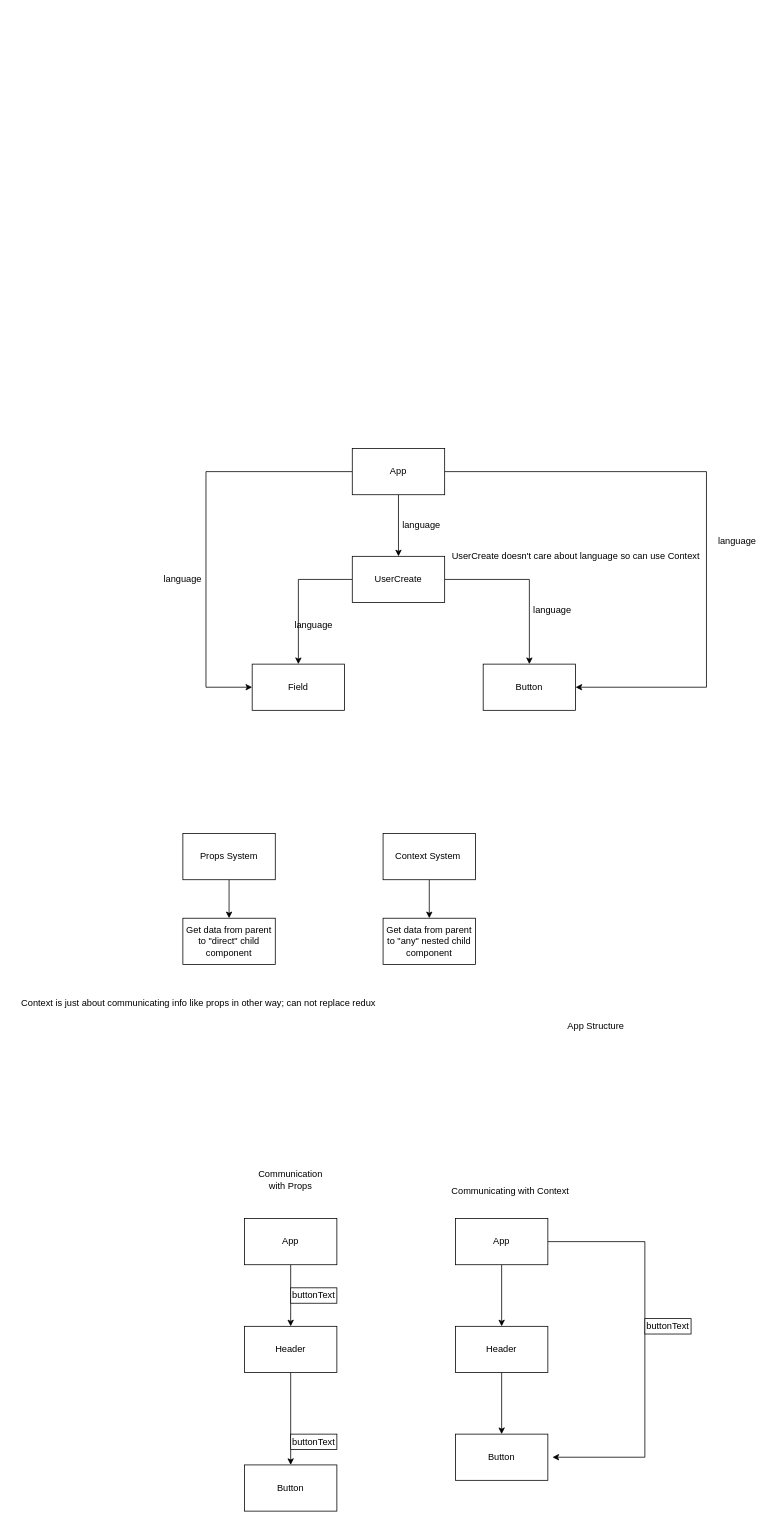
Before: React/ContextAPI/languageform/Notes.drawio in Medha08/reactjs-state-management, a draw.io diagram. Source tidied: cells renumbered, new cells numbered last; positions are measured from the earlier drawing's top-left corner, leaving out a move shared by most shapes. Both pictures are drawn from the tidied source at 77%, with x=0, y=0 at pixel (13, 448).
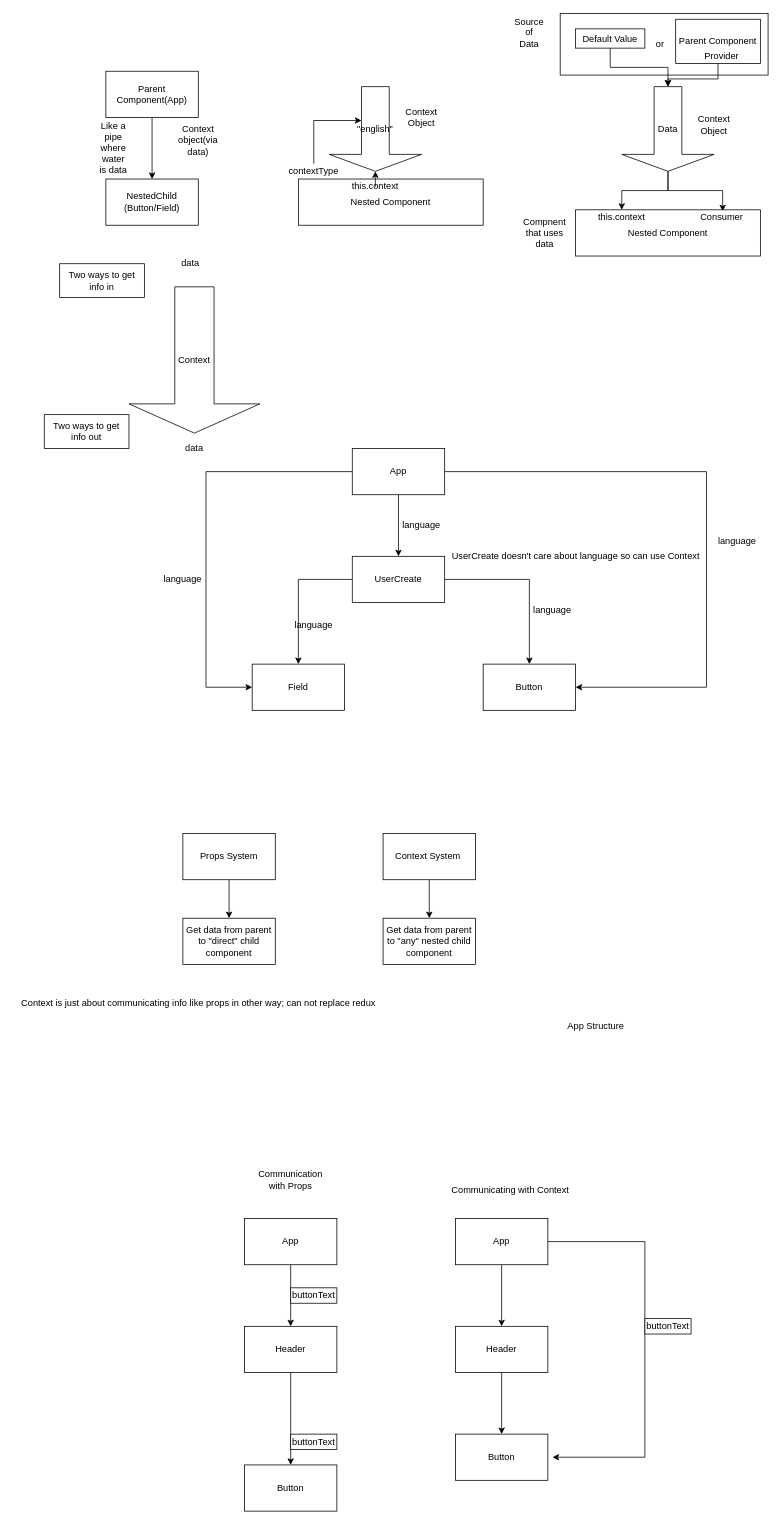
After the change.

Commit message (it also covers changes not shown here):
Created Context Object

Diff of the diagram source:
```diff
@@
+    <mxCell id="41" style="edgeStyle=orthogonalEdgeStyle;rounded=0;jettySize=auto;html=1;" parent="1" edge="1" source="42" target="43">
+      <mxGeometry relative="1" as="geometry" />
+    </mxCell>
+    <mxCell id="42" value="Parent Component(App)" style="rounded=0;whiteSpace=wrap;html=1;" parent="1" vertex="1">
+      <mxGeometry x="120" y="-490" width="120" height="60" as="geometry" />
+    </mxCell>
+    <mxCell id="43" value="NestedChild&lt;br&gt;(Button/Field)" style="rounded=0;whiteSpace=wrap;html=1;" parent="1" vertex="1">
+      <mxGeometry x="120" y="-350" width="120" height="60" as="geometry" />
+    </mxCell>
+    <mxCell id="44" value="Context object(via data)" style="text;html=1;strokeColor=none;fillColor=none;align=center;verticalAlign=middle;whiteSpace=wrap;rounded=0;" parent="1" vertex="1">
+      <mxGeometry x="220" y="-410" width="40" height="20" as="geometry" />
+    </mxCell>
+    <mxCell id="45" value="Like a pipe where water is data" style="text;html=1;strokeColor=none;fillColor=none;align=center;verticalAlign=middle;whiteSpace=wrap;rounded=0;" parent="1" vertex="1">
+      <mxGeometry x="110" y="-400" width="40" height="20" as="geometry" />
+    </mxCell>
+    <mxCell id="46" value="Context" style="shape=singleArrow;direction=south;whiteSpace=wrap;html=1;" parent="1" vertex="1">
+      <mxGeometry x="150" y="-210" width="170" height="190" as="geometry" />
+    </mxCell>
+    <mxCell id="47" value="data" style="text;html=1;strokeColor=none;fillColor=none;align=center;verticalAlign=middle;whiteSpace=wrap;rounded=0;" parent="1" vertex="1">
+      <mxGeometry x="210" y="-250" width="40" height="20" as="geometry" />
+    </mxCell>
+    <mxCell id="48" value="data" style="text;html=1;strokeColor=none;fillColor=none;align=center;verticalAlign=middle;whiteSpace=wrap;rounded=0;" parent="1" vertex="1">
+      <mxGeometry x="215" y="-10" width="40" height="20" as="geometry" />
+    </mxCell>
+    <mxCell id="49" value="Two ways to get info in" style="rounded=0;whiteSpace=wrap;html=1;" parent="1" vertex="1">
+      <mxGeometry x="60" y="-240" width="110" height="44" as="geometry" />
+    </mxCell>
+    <mxCell id="50" value="Two ways to get info out" style="rounded=0;whiteSpace=wrap;html=1;" parent="1" vertex="1">
+      <mxGeometry x="40" y="-44" width="110" height="44" as="geometry" />
+    </mxCell>
+    <mxCell id="51" style="rounded=0;whiteSpace=wrap;html=1;" parent="1" vertex="1">
+      <mxGeometry x="710" y="-565" width="270" height="80" as="geometry" />
+    </mxCell>
+    <mxCell id="52" style="edgeStyle=orthogonalEdgeStyle;rounded=0;jettySize=auto;html=1;entryX=0.25;entryY=0;entryDx=0;entryDy=0;" parent="1" edge="1" source="54" target="55">
+      <mxGeometry relative="1" as="geometry" />
+    </mxCell>
+    <mxCell id="53" style="edgeStyle=orthogonalEdgeStyle;rounded=0;jettySize=auto;html=1;entryX=0.796;entryY=0.033;entryDx=0;entryDy=0;entryPerimeter=0;" parent="1" edge="1" source="54" target="55">
+      <mxGeometry relative="1" as="geometry" />
+    </mxCell>
+    <mxCell id="54" value="Data" style="shape=singleArrow;direction=south;whiteSpace=wrap;html=1;" parent="1" vertex="1">
+      <mxGeometry x="790" y="-470" width="120" height="110" as="geometry" />
+    </mxCell>
+    <mxCell id="55" value="Nested Component" style="rounded=0;whiteSpace=wrap;html=1;" parent="1" vertex="1">
+      <mxGeometry x="730" y="-310" width="240" height="60" as="geometry" />
+    </mxCell>
+    <mxCell id="56" value="Context Object" style="text;html=1;strokeColor=none;fillColor=none;align=center;verticalAlign=middle;whiteSpace=wrap;rounded=0;" parent="1" vertex="1">
+      <mxGeometry x="890" y="-430" width="40" height="20" as="geometry" />
+    </mxCell>
+    <mxCell id="57" value="Source of Data" style="text;html=1;strokeColor=none;fillColor=none;align=center;verticalAlign=middle;whiteSpace=wrap;rounded=0;" parent="1" vertex="1">
+      <mxGeometry x="650" y="-550" width="40" height="20" as="geometry" />
+    </mxCell>
+    <mxCell id="58" style="edgeStyle=orthogonalEdgeStyle;rounded=0;jettySize=auto;html=1;entryX=0;entryY=0.5;entryDx=0;entryDy=0;entryPerimeter=0;" parent="1" edge="1" source="59" target="54">
+      <mxGeometry relative="1" as="geometry" />
+    </mxCell>
+    <mxCell id="59" value="Default Value" style="rounded=0;whiteSpace=wrap;html=1;" parent="1" vertex="1">
+      <mxGeometry x="730" y="-545" width="90" height="25" as="geometry" />
+    </mxCell>
+    <mxCell id="60" style="edgeStyle=orthogonalEdgeStyle;rounded=0;jettySize=auto;html=1;" parent="1" edge="1" source="61" target="54">
+      <mxGeometry relative="1" as="geometry" />
+    </mxCell>
+    <mxCell id="61" value="Parent Component" style="rounded=0;whiteSpace=wrap;html=1;" parent="1" vertex="1">
+      <mxGeometry x="860" y="-557.5" width="110" height="57.5" as="geometry" />
+    </mxCell>
+    <mxCell id="62" value="or" style="text;html=1;strokeColor=none;fillColor=none;align=center;verticalAlign=middle;whiteSpace=wrap;rounded=0;" parent="1" vertex="1">
+      <mxGeometry x="820" y="-535" width="40" height="20" as="geometry" />
+    </mxCell>
+    <mxCell id="63" value="Provider" style="text;html=1;strokeColor=none;fillColor=none;align=center;verticalAlign=middle;whiteSpace=wrap;rounded=0;" parent="1" vertex="1">
+      <mxGeometry x="900" y="-520" width="40" height="20" as="geometry" />
+    </mxCell>
+    <mxCell id="64" value="this.context" style="text;html=1;strokeColor=none;fillColor=none;align=center;verticalAlign=middle;whiteSpace=wrap;rounded=0;" parent="1" vertex="1">
+      <mxGeometry x="770" y="-310" width="40" height="20" as="geometry" />
+    </mxCell>
+    <mxCell id="65" value="Compnent that uses data" style="text;html=1;strokeColor=none;fillColor=none;align=center;verticalAlign=middle;whiteSpace=wrap;rounded=0;" parent="1" vertex="1">
+      <mxGeometry x="670" y="-290" width="40" height="20" as="geometry" />
+    </mxCell>
+    <mxCell id="66" value="Consumer" style="text;html=1;strokeColor=none;fillColor=none;align=center;verticalAlign=middle;whiteSpace=wrap;rounded=0;" parent="1" vertex="1">
+      <mxGeometry x="900" y="-310" width="40" height="20" as="geometry" />
+    </mxCell>
+    <mxCell id="67" value="&quot;english&quot;" style="shape=singleArrow;direction=south;whiteSpace=wrap;html=1;" parent="1" vertex="1">
+      <mxGeometry x="410" y="-470" width="120" height="110" as="geometry" />
+    </mxCell>
+    <mxCell id="68" value="Context Object" style="text;html=1;strokeColor=none;fillColor=none;align=center;verticalAlign=middle;whiteSpace=wrap;rounded=0;" parent="1" vertex="1">
+      <mxGeometry x="510" y="-440" width="40" height="20" as="geometry" />
+    </mxCell>
+    <mxCell id="69" value="Nested Component" style="rounded=0;whiteSpace=wrap;html=1;" parent="1" vertex="1">
+      <mxGeometry x="370" y="-350" width="240" height="60" as="geometry" />
+    </mxCell>
+    <mxCell id="70" value="this.context" style="text;html=1;strokeColor=none;fillColor=none;align=center;verticalAlign=middle;whiteSpace=wrap;rounded=0;" parent="1" vertex="1">
+      <mxGeometry x="450" y="-350" width="40" height="20" as="geometry" />
+    </mxCell>
+    <mxCell id="71" style="edgeStyle=orthogonalEdgeStyle;rounded=0;jettySize=auto;html=1;entryX=0;entryY=0;entryDx=44;entryDy=78;entryPerimeter=0;" parent="1" edge="1" source="72" target="67">
+      <mxGeometry relative="1" as="geometry">
+        <Array as="points">
+          <mxPoint x="390" y="-426" />
+        </Array>
+      </mxGeometry>
+    </mxCell>
+    <mxCell id="72" value="contextType" style="text;html=1;strokeColor=none;fillColor=none;align=center;verticalAlign=middle;whiteSpace=wrap;rounded=0;" parent="1" vertex="1">
+      <mxGeometry x="370" y="-370" width="40" height="20" as="geometry" />
+    </mxCell>
+    <mxCell id="73" style="endArrow=classic;html=1;" parent="1" edge="1" target="67">
+      <mxGeometry relative="1" as="geometry">
+        <mxPoint x="470" y="-340" as="sourcePoint" />
+        <Array as="points">
+          <mxPoint x="470" y="-350" />
+        </Array>
+      </mxGeometry>
+    </mxCell>
```
